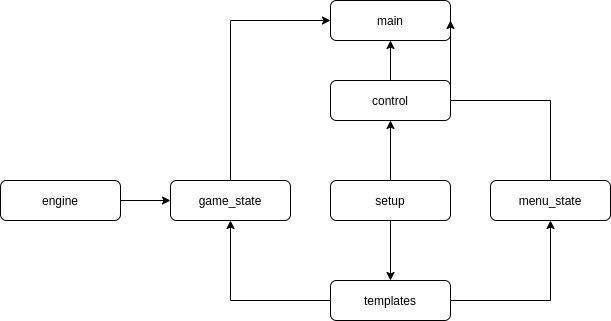
The draw.io diagram architecture.png in DanJsef/mff_2048, before a commit. Source tidied: cells renumbered, new cells last; positions are measured from the earlier drawing's top-left corner, leaving out a move shared by most shapes.
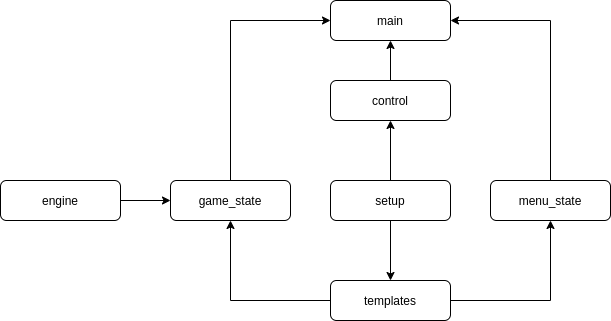
After the change.

What changed in the source:
```diff
@@ -36,11 +36,12 @@
     <mxCell id="11" value="game_state&lt;br&gt;" style="rounded=1;whiteSpace=wrap;html=1;fontSize=12;glass=0;strokeWidth=1;shadow=0;" parent="1" vertex="1">
       <mxGeometry x="170" y="180" width="120" height="40" as="geometry" />
     </mxCell>
-    <mxCell id="12" style="edgeStyle=orthogonalEdgeStyle;rounded=0;jettySize=auto;html=1;exitX=0.5;exitY=0;exitDx=0;exitDy=0;entryX=1;entryY=0.5;entryDx=0;entryDy=0;" parent="1" edge="1" source="13" target="2">
+    <mxCell id="12" style="edgeStyle=orthogonalEdgeStyle;rounded=0;jettySize=auto;html=1;exitX=0.5;exitY=0;exitDx=0;exitDy=0;" parent="1" edge="1" source="13">
       <mxGeometry relative="1" as="geometry">
+        <mxPoint x="450" y="20" as="targetPoint" />
         <Array as="points">
-          <mxPoint x="550" y="100" />
-          <mxPoint x="450" y="100" />
+          <mxPoint x="550" y="20" />
+          <mxPoint x="450" y="20" />
         </Array>
       </mxGeometry>
     </mxCell>
```
